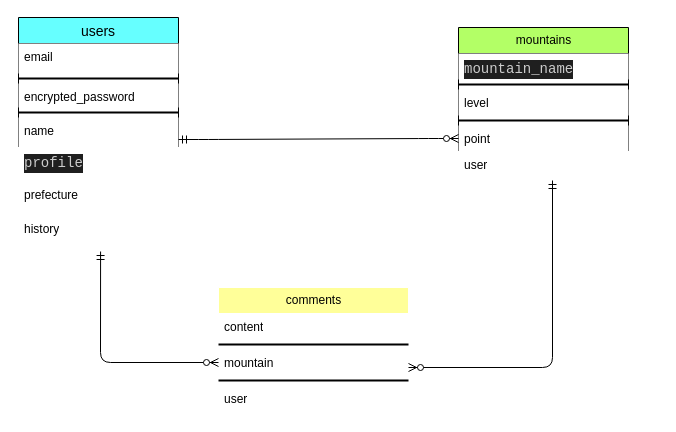
fuku0717/climbing_app keeps this draw.io diagram as climbing.dio. Above is the earlier version. Source tidied: cells renumbered, new cells numbered last; positions are measured from the earlier drawing's top-left corner, leaving out a move shared by most shapes. Both pictures are drawn from the tidied source at 100%, with x=0, y=0 at pixel (18, 17).
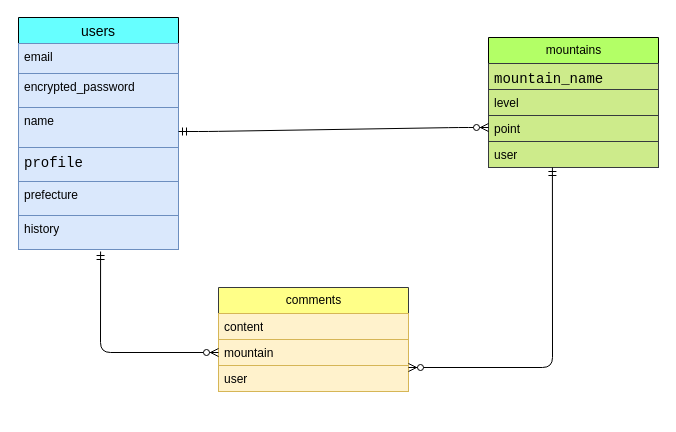
After the change.

Commit message:
climbing.dio を更新します

The change refers to these unchanged cells:
```xml
<mxCell id="14" value="users" style="swimlane;fontStyle=0;horizontal=1;startSize=26;align=center;fontSize=14;shadow=0;labelBackgroundColor=none;sketch=0;fillColor=#66FFFF;fontColor=#000000;" parent="1" vertex="1">
  <mxGeometry width="160" height="130" as="geometry" />
</mxCell>
```

Change to the diagram source:
```diff
@@
-    <mxCell id="2" value="&lt;font color=&quot;#000000&quot;&gt;comments&lt;/font&gt;" style="swimlane;fontStyle=0;horizontal=1;startSize=26;fillColor=#FFFF99;html=1;strokeColor=#FFFFFF;" parent="1" vertex="1">
-      <mxGeometry x="200" y="270" width="190" height="124" as="geometry" />
+    <mxCell id="2" value="&lt;font color=&quot;#000000&quot;&gt;comments&lt;/font&gt;" style="swimlane;fontStyle=0;horizontal=1;startSize=26;fillColor=#ffff88;html=1;strokeColor=#36393d;" parent="1" vertex="1">
+      <mxGeometry x="200" y="270" width="190" height="104" as="geometry" />
     </mxCell>
-    <mxCell id="3" value="content" style="text;strokeColor=none;fillColor=default;align=left;verticalAlign=top;spacingLeft=4;spacingRight=4;overflow=hidden;whiteSpace=wrap;html=1;labelBackgroundColor=none;" parent="2" vertex="1">
+    <mxCell id="3" value="content" style="text;strokeColor=#d6b656;fillColor=#fff2cc;align=left;verticalAlign=top;spacingLeft=4;spacingRight=4;overflow=hidden;whiteSpace=wrap;html=1;labelBackgroundColor=none;" parent="2" vertex="1">
       <mxGeometry y="26" width="190" height="26" as="geometry" />
     </mxCell>
-    <mxCell id="4" style="line;strokeWidth=2;html=1;" parent="2" vertex="1">
-      <mxGeometry y="52" width="190" height="10" as="geometry" />
-    </mxCell>
-    <mxCell id="5" value="mountain" style="text;align=left;verticalAlign=top;spacingLeft=4;spacingRight=4;overflow=hidden;points=[[0,0.5],[1,0.5]];portConstraint=eastwest;whiteSpace=wrap;html=1;fillColor=default;" parent="2" vertex="1">
-      <mxGeometry y="62" width="190" height="26" as="geometry" />
+    <mxCell id="5" value="mountain" style="text;align=left;verticalAlign=top;spacingLeft=4;spacingRight=4;overflow=hidden;points=[[0,0.5],[1,0.5]];portConstraint=eastwest;whiteSpace=wrap;html=1;fillColor=#fff2cc;strokeColor=#d6b656;" parent="2" vertex="1">
+      <mxGeometry y="52" width="190" height="26" as="geometry" />
     </mxCell>
-    <mxCell id="6" style="line;strokeWidth=2;html=1;" parent="2" vertex="1">
-      <mxGeometry y="88" width="190" height="10" as="geometry" />
-    </mxCell>
-    <mxCell id="7" value="user" style="text;align=left;verticalAlign=top;spacingLeft=4;spacingRight=4;overflow=hidden;whiteSpace=wrap;html=1;fillColor=default;" parent="2" vertex="1">
-      <mxGeometry y="98" width="190" height="26" as="geometry" />
+    <mxCell id="7" value="user" style="text;align=left;verticalAlign=top;spacingLeft=4;spacingRight=4;overflow=hidden;whiteSpace=wrap;html=1;fillColor=#fff2cc;strokeColor=#d6b656;" parent="2" vertex="1">
+      <mxGeometry y="78" width="190" height="26" as="geometry" />
     </mxCell>
     <mxCell id="8" value="&lt;font style=&quot;&quot; color=&quot;#000000&quot;&gt;mountains&lt;/font&gt;" style="swimlane;fontStyle=0;horizontal=1;startSize=26;fillColor=#B3FF66;html=1;" parent="1" vertex="1">
-      <mxGeometry x="440" y="10" width="170" height="124" as="geometry" />
+      <mxGeometry x="470" y="20" width="170" height="104" as="geometry" />
     </mxCell>
-    <mxCell id="9" value="&lt;div style=&quot;color: rgb(204, 204, 204); background-color: rgb(31, 31, 31); font-family: Consolas, &amp;quot;Courier New&amp;quot;, monospace; font-size: 14px; line-height: 19px;&quot;&gt;mountain_name&lt;/div&gt;" style="text;align=left;verticalAlign=top;spacingLeft=4;spacingRight=4;overflow=hidden;whiteSpace=wrap;html=1;fillColor=default;" parent="8" vertex="1">
+    <mxCell id="9" value="&lt;div style=&quot;font-family: Consolas, &amp;quot;Courier New&amp;quot;, monospace; font-size: 14px; line-height: 19px;&quot;&gt;mountain_name&lt;/div&gt;" style="text;align=left;verticalAlign=top;spacingLeft=4;spacingRight=4;overflow=hidden;whiteSpace=wrap;html=1;fillColor=#cdeb8b;strokeColor=#36393d;" parent="8" vertex="1">
       <mxGeometry y="26" width="170" height="26" as="geometry" />
     </mxCell>
-    <mxCell id="10" style="line;strokeWidth=2;html=1;" parent="8" vertex="1">
-      <mxGeometry y="52" width="170" height="10" as="geometry" />
-    </mxCell>
-    <mxCell id="11" value="level" style="text;strokeColor=none;fillColor=default;align=left;verticalAlign=top;spacingLeft=4;spacingRight=4;overflow=hidden;whiteSpace=wrap;html=1;" parent="8" vertex="1">
-      <mxGeometry y="62" width="170" height="26" as="geometry" />
+    <mxCell id="11" value="level" style="text;strokeColor=#36393d;fillColor=#cdeb8b;align=left;verticalAlign=top;spacingLeft=4;spacingRight=4;overflow=hidden;whiteSpace=wrap;html=1;" parent="8" vertex="1">
+      <mxGeometry y="52" width="170" height="26" as="geometry" />
     </mxCell>
-    <mxCell id="12" style="line;strokeWidth=2;html=1;" parent="8" vertex="1">
-      <mxGeometry y="88" width="170" height="10" as="geometry" />
-    </mxCell>
-    <mxCell id="13" value="point" style="text;strokeColor=none;fillColor=default;align=left;verticalAlign=top;spacingLeft=4;spacingRight=4;overflow=hidden;points=[[0,0.5],[1,0.5]];portConstraint=eastwest;whiteSpace=wrap;html=1;" parent="8" vertex="1">
-      <mxGeometry y="98" width="170" height="26" as="geometry" />
+    <mxCell id="13" value="point" style="text;strokeColor=#36393d;fillColor=#cdeb8b;align=left;verticalAlign=top;spacingLeft=4;spacingRight=4;overflow=hidden;points=[[0,0.5],[1,0.5]];portConstraint=eastwest;whiteSpace=wrap;html=1;" parent="8" vertex="1">
+      <mxGeometry y="78" width="170" height="26" as="geometry" />
     </mxCell>
@@
-    <mxCell id="15" value="email" style="text;strokeColor=none;fillColor=default;spacingLeft=4;spacingRight=4;overflow=hidden;fontSize=12;shadow=0;labelBackgroundColor=none;sketch=0;" parent="14" vertex="1">
+    <mxCell id="15" value="email" style="text;strokeColor=#6c8ebf;fillColor=#dae8fc;spacingLeft=4;spacingRight=4;overflow=hidden;fontSize=12;shadow=0;labelBackgroundColor=none;sketch=0;" parent="14" vertex="1">
       <mxGeometry y="26" width="160" height="30" as="geometry" />
     </mxCell>
-    <mxCell id="16" style="line;strokeWidth=2;html=1;" parent="14" vertex="1">
-      <mxGeometry y="56" width="160" height="10" as="geometry" />
-    </mxCell>
-    <mxCell id="17" value="encrypted_password" style="text;strokeColor=none;fillColor=default;spacingLeft=4;spacingRight=4;overflow=hidden;fontSize=12;shadow=0;labelBackgroundColor=none;sketch=0;" parent="14" vertex="1">
-      <mxGeometry y="66" width="160" height="24" as="geometry" />
+    <mxCell id="17" value="encrypted_password" style="text;strokeColor=#6c8ebf;fillColor=#dae8fc;spacingLeft=4;spacingRight=4;overflow=hidden;fontSize=12;shadow=0;labelBackgroundColor=none;sketch=0;" parent="14" vertex="1">
+      <mxGeometry y="56" width="160" height="34" as="geometry" />
     </mxCell>
-    <mxCell id="18" style="line;strokeWidth=2;html=1;" parent="14" vertex="1">
-      <mxGeometry y="90" width="160" height="10" as="geometry" />
-    </mxCell>
-    <mxCell id="19" value="name" style="text;strokeColor=none;fillColor=default;spacingLeft=4;spacingRight=4;overflow=hidden;fontSize=12;shadow=0;labelBackgroundColor=none;sketch=0;" parent="14" vertex="1">
-      <mxGeometry y="100" width="160" height="30" as="geometry" />
+    <mxCell id="19" value="name" style="text;strokeColor=#6c8ebf;fillColor=#dae8fc;spacingLeft=4;spacingRight=4;overflow=hidden;fontSize=12;shadow=0;labelBackgroundColor=none;sketch=0;" parent="14" vertex="1">
+      <mxGeometry y="90" width="160" height="40" as="geometry" />
     </mxCell>
-    <mxCell id="20" value="user" style="text;strokeColor=#FFFFFF;fillColor=default;align=left;verticalAlign=top;spacingLeft=4;spacingRight=4;overflow=hidden;points=[[0,0.5],[1,0.5]];portConstraint=eastwest;whiteSpace=wrap;html=1;" parent="1" vertex="1">
-      <mxGeometry x="440" y="134" width="170" height="26" as="geometry" />
+    <mxCell id="20" value="user" style="text;strokeColor=#36393d;fillColor=#cdeb8b;align=left;verticalAlign=top;spacingLeft=4;spacingRight=4;overflow=hidden;points=[[0,0.5],[1,0.5]];portConstraint=eastwest;whiteSpace=wrap;html=1;" parent="1" vertex="1">
+      <mxGeometry x="470" y="124" width="170" height="26" as="geometry" />
     </mxCell>
-    <mxCell id="21" value="&lt;div style=&quot;color: rgb(204, 204, 204); background-color: rgb(31, 31, 31); font-family: Consolas, &amp;quot;Courier New&amp;quot;, monospace; font-size: 14px; line-height: 19px;&quot;&gt;profile&lt;/div&gt;" style="text;strokeColor=#FFFFFF;fillColor=default;align=left;verticalAlign=top;spacingLeft=4;spacingRight=4;overflow=hidden;whiteSpace=wrap;html=1;" parent="1" vertex="1">
+    <mxCell id="21" value="&lt;div style=&quot;font-family: Consolas, &amp;quot;Courier New&amp;quot;, monospace; font-size: 14px; line-height: 19px;&quot;&gt;profile&lt;/div&gt;" style="text;strokeColor=#6c8ebf;fillColor=#dae8fc;align=left;verticalAlign=top;spacingLeft=4;spacingRight=4;overflow=hidden;whiteSpace=wrap;html=1;" parent="1" vertex="1">
       <mxGeometry y="130" width="160" height="34" as="geometry" />
     </mxCell>
-    <mxCell id="22" value="prefecture" style="text;strokeColor=#FFFFFF;fillColor=default;align=left;verticalAlign=top;spacingLeft=4;spacingRight=4;overflow=hidden;whiteSpace=wrap;html=1;" parent="1" vertex="1">
+    <mxCell id="22" value="prefecture" style="text;strokeColor=#6c8ebf;fillColor=#dae8fc;align=left;verticalAlign=top;spacingLeft=4;spacingRight=4;overflow=hidden;whiteSpace=wrap;html=1;" parent="1" vertex="1">
       <mxGeometry y="164" width="160" height="34" as="geometry" />
     </mxCell>
-    <mxCell id="23" value="history" style="text;strokeColor=#FFFFFF;fillColor=default;align=left;verticalAlign=top;spacingLeft=4;spacingRight=4;overflow=hidden;points=[[0,0.5],[1,0.5]];portConstraint=eastwest;whiteSpace=wrap;html=1;" parent="1" vertex="1">
+    <mxCell id="23" value="history" style="text;strokeColor=#6c8ebf;fillColor=#dae8fc;align=left;verticalAlign=top;spacingLeft=4;spacingRight=4;overflow=hidden;points=[[0,0.5],[1,0.5]];portConstraint=eastwest;whiteSpace=wrap;html=1;" parent="1" vertex="1">
       <mxGeometry y="198" width="160" height="34" as="geometry" />
     </mxCell>
-    <mxCell id="24" style="edgeStyle=entityRelationEdgeStyle;fontSize=12;html=1;endArrow=ERzeroToMany;startArrow=ERmandOne;fontColor=#000000;entryX=0;entryY=0.5;entryDx=0;entryDy=0;" parent="1" edge="1" target="13">
+    <mxCell id="24" style="edgeStyle=entityRelationEdgeStyle;fontSize=12;html=1;endArrow=ERzeroToMany;startArrow=ERmandOne;fontColor=#000000;" parent="1" edge="1">
       <mxGeometry relative="1" as="geometry">
-        <mxPoint x="160" y="122" as="sourcePoint" />
+        <mxPoint x="160" y="114" as="sourcePoint" />
+        <mxPoint x="470" y="110" as="targetPoint" />
+        <Array as="points">
+          <mxPoint x="430" y="100" />
+        </Array>
       </mxGeometry>
     </mxCell>
@@
-    <mxCell id="26" style="edgeStyle=elbowEdgeStyle;fontSize=12;html=1;endArrow=ERzeroToMany;startArrow=ERmandOne;fontColor=#000000;exitX=0.553;exitY=1.115;exitDx=0;exitDy=0;exitPerimeter=0;" parent="1" edge="1" source="20">
+    <mxCell id="26" style="edgeStyle=elbowEdgeStyle;fontSize=12;html=1;endArrow=ERzeroToMany;startArrow=ERmandOne;fontColor=#000000;exitX=0.376;exitY=1;exitDx=0;exitDy=0;exitPerimeter=0;" parent="1" edge="1" source="20">
       <mxGeometry relative="1" as="geometry">
         <mxPoint x="390" y="350" as="targetPoint" />
         <Array as="points">
           <mxPoint x="534" y="340" />
           <mxPoint x="540" y="320" />
         </Array>
       </mxGeometry>
     </mxCell>
```
